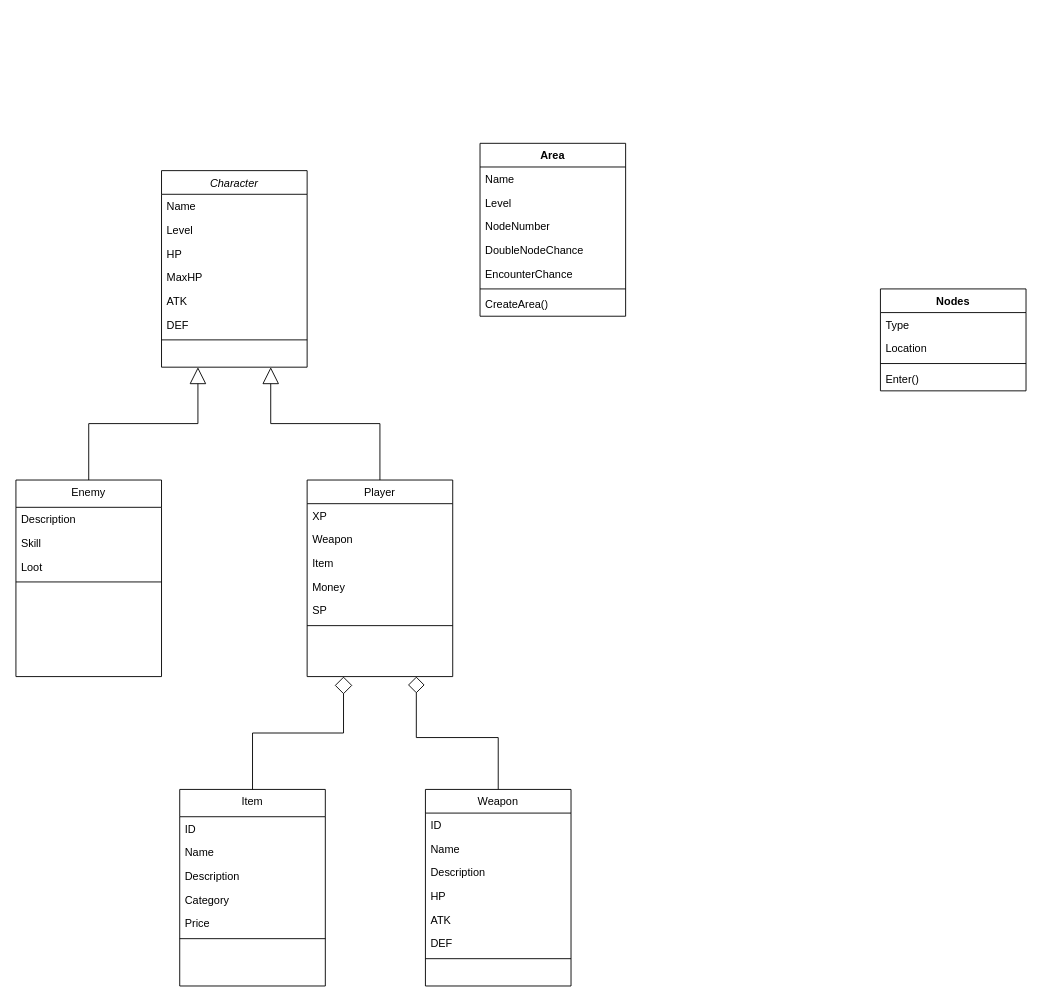
This is PBL2.drawio from hoanghuyhoc/PBL2, a draw.io file, before an edit. Source tidied: cells renumbered, new cells numbered last; positions are measured from the earlier drawing's top-left corner, leaving out a move shared by most shapes. Both pictures are drawn from the tidied source at 91%, with x=0, y=0 at pixel (15, 143).
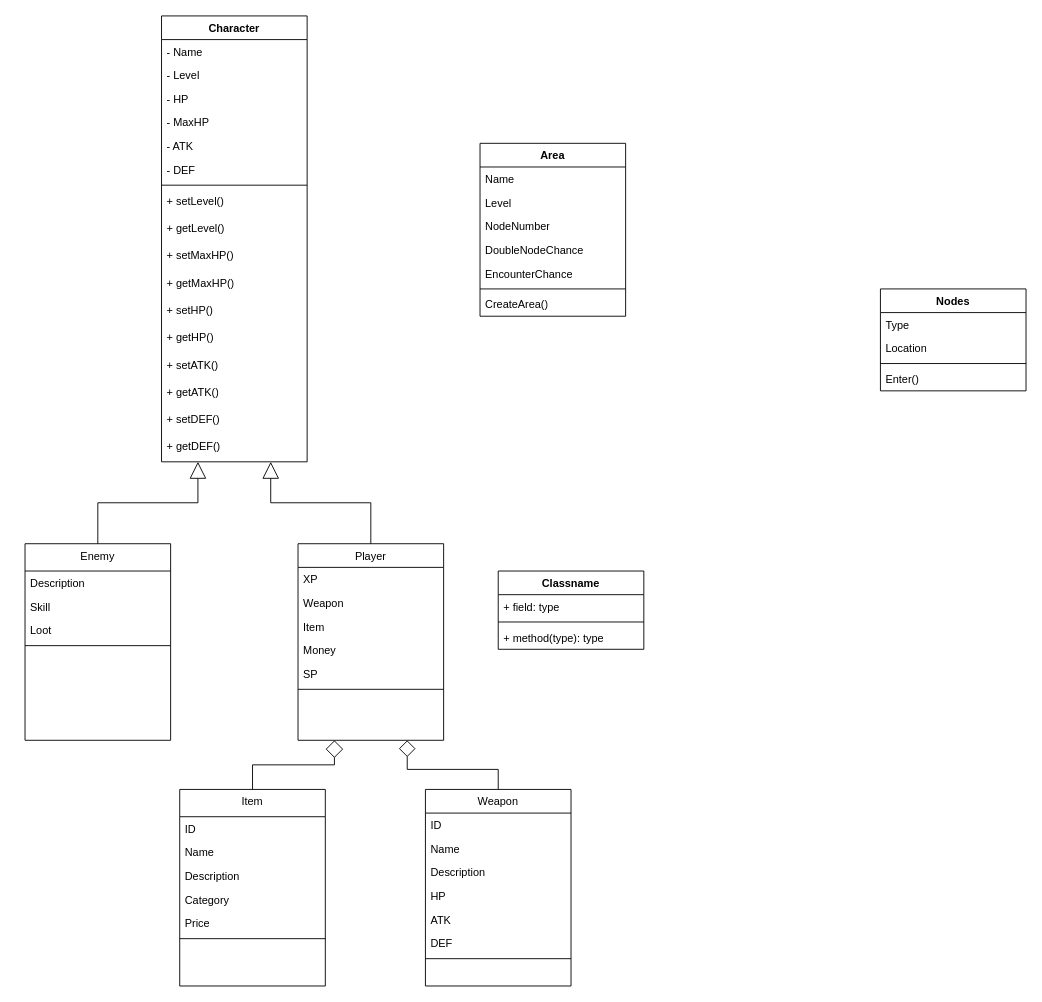
Above is the later version.

Diff of the diagram source:
```diff
@@
-    <mxCell id="2" value="Character" style="swimlane;fontStyle=2;align=center;verticalAlign=top;horizontal=1;startSize=26;rounded=0;shadow=0;strokeWidth=1;" parent="1" vertex="1">
-      <mxGeometry x="160" y="30" width="160" height="216" as="geometry" />
+    <mxCell id="2" value="Character" style="swimlane;fontStyle=1;align=center;verticalAlign=top;horizontal=1;startSize=26;rounded=0;shadow=0;strokeWidth=1;" parent="1" vertex="1">
+      <mxGeometry x="160" y="-140" width="160" height="490" as="geometry" />
     </mxCell>
-    <mxCell id="3" value="Name" style="text;align=left;verticalAlign=top;spacingLeft=4;spacingRight=4;overflow=hidden;" parent="2" vertex="1">
+    <mxCell id="3" value="- Name" style="text;align=left;verticalAlign=top;spacingLeft=4;spacingRight=4;overflow=hidden;" parent="2" vertex="1">
       <mxGeometry y="26" width="160" height="26" as="geometry" />
     </mxCell>
-    <mxCell id="4" value="Level" style="text;align=left;verticalAlign=top;spacingLeft=4;spacingRight=4;overflow=hidden;rounded=0;shadow=0;html=0;" parent="2" vertex="1">
+    <mxCell id="4" value="- Level" style="text;align=left;verticalAlign=top;spacingLeft=4;spacingRight=4;overflow=hidden;rounded=0;shadow=0;html=0;" parent="2" vertex="1">
       <mxGeometry y="52" width="160" height="26" as="geometry" />
     </mxCell>
-    <mxCell id="5" value="HP" style="text;align=left;verticalAlign=top;spacingLeft=4;spacingRight=4;overflow=hidden;rounded=0;shadow=0;html=0;" parent="2" vertex="1">
+    <mxCell id="5" value="- HP" style="text;align=left;verticalAlign=top;spacingLeft=4;spacingRight=4;overflow=hidden;rounded=0;shadow=0;html=0;" parent="2" vertex="1">
       <mxGeometry y="78" width="160" height="26" as="geometry" />
     </mxCell>
-    <mxCell id="6" value="MaxHP" style="text;strokeColor=none;fillColor=none;align=left;verticalAlign=middle;rounded=0;spacingLeft=4;spacingRight=4;" parent="2" vertex="1">
+    <mxCell id="6" value="- MaxHP" style="text;strokeColor=none;fillColor=none;align=left;verticalAlign=middle;rounded=0;spacingLeft=4;spacingRight=4;" parent="2" vertex="1">
       <mxGeometry y="104" width="160" height="26" as="geometry" />
     </mxCell>
-    <mxCell id="7" value="ATK" style="text;strokeColor=none;fillColor=none;align=left;verticalAlign=middle;rounded=0;spacingLeft=4;spacingRight=4;" parent="2" vertex="1">
+    <mxCell id="7" value="- ATK" style="text;strokeColor=none;fillColor=none;align=left;verticalAlign=middle;rounded=0;spacingLeft=4;spacingRight=4;" parent="2" vertex="1">
       <mxGeometry y="130" width="160" height="26" as="geometry" />
     </mxCell>
-    <mxCell id="8" value="DEF" style="text;strokeColor=none;fillColor=none;align=left;verticalAlign=middle;rounded=0;spacingLeft=4;spacingRight=4;" parent="2" vertex="1">
+    <mxCell id="8" value="- DEF" style="text;strokeColor=none;fillColor=none;align=left;verticalAlign=middle;rounded=0;spacingLeft=4;spacingRight=4;" parent="2" vertex="1">
       <mxGeometry y="156" width="160" height="26" as="geometry" />
     </mxCell>
@@
+    <mxCell id="54" value="+ setLevel()" style="text;strokeColor=none;fillColor=none;align=left;verticalAlign=top;spacingLeft=4;spacingRight=4;overflow=hidden;whiteSpace=wrap;html=1;" parent="2" vertex="1">
+      <mxGeometry y="190" width="160" height="30" as="geometry" />
+    </mxCell>
+    <mxCell id="55" value="+ getLevel()" style="text;strokeColor=none;fillColor=none;align=left;verticalAlign=top;spacingLeft=4;spacingRight=4;overflow=hidden;whiteSpace=wrap;html=1;" parent="2" vertex="1">
+      <mxGeometry y="220" width="160" height="30" as="geometry" />
+    </mxCell>
+    <mxCell id="56" value="+ setMaxHP()" style="text;strokeColor=none;fillColor=none;align=left;verticalAlign=top;spacingLeft=4;spacingRight=4;overflow=hidden;whiteSpace=wrap;html=1;" parent="2" vertex="1">
+      <mxGeometry y="250" width="160" height="30" as="geometry" />
+    </mxCell>
+    <mxCell id="57" value="+ getMaxHP()" style="text;strokeColor=none;fillColor=none;align=left;verticalAlign=top;spacingLeft=4;spacingRight=4;overflow=hidden;whiteSpace=wrap;html=1;" parent="2" vertex="1">
+      <mxGeometry y="280" width="160" height="30" as="geometry" />
+    </mxCell>
+    <mxCell id="58" value="+ setHP()" style="text;strokeColor=none;fillColor=none;align=left;verticalAlign=top;spacingLeft=4;spacingRight=4;overflow=hidden;whiteSpace=wrap;html=1;" parent="2" vertex="1">
+      <mxGeometry y="310" width="160" height="30" as="geometry" />
+    </mxCell>
+    <mxCell id="59" value="+ getHP()" style="text;strokeColor=none;fillColor=none;align=left;verticalAlign=top;spacingLeft=4;spacingRight=4;overflow=hidden;whiteSpace=wrap;html=1;" parent="2" vertex="1">
+      <mxGeometry y="340" width="160" height="30" as="geometry" />
+    </mxCell>
+    <mxCell id="60" value="+ setATK()" style="text;strokeColor=none;fillColor=none;align=left;verticalAlign=top;spacingLeft=4;spacingRight=4;overflow=hidden;whiteSpace=wrap;html=1;" parent="2" vertex="1">
+      <mxGeometry y="370" width="160" height="30" as="geometry" />
+    </mxCell>
+    <mxCell id="61" value="+ getATK()" style="text;strokeColor=none;fillColor=none;align=left;verticalAlign=top;spacingLeft=4;spacingRight=4;overflow=hidden;whiteSpace=wrap;html=1;" parent="2" vertex="1">
+      <mxGeometry y="400" width="160" height="30" as="geometry" />
+    </mxCell>
+    <mxCell id="62" value="+ setDEF()" style="text;strokeColor=none;fillColor=none;align=left;verticalAlign=top;spacingLeft=4;spacingRight=4;overflow=hidden;whiteSpace=wrap;html=1;" parent="2" vertex="1">
+      <mxGeometry y="430" width="160" height="30" as="geometry" />
+    </mxCell>
+    <mxCell id="63" value="+ getDEF()" style="text;strokeColor=none;fillColor=none;align=left;verticalAlign=top;spacingLeft=4;spacingRight=4;overflow=hidden;whiteSpace=wrap;html=1;" parent="2" vertex="1">
+      <mxGeometry y="460" width="160" height="30" as="geometry" />
+    </mxCell>
     <mxCell id="10" value="Player" style="swimlane;fontStyle=0;align=center;verticalAlign=top;horizontal=1;startSize=26;rounded=0;shadow=0;strokeWidth=1;" parent="1" vertex="1">
-      <mxGeometry x="320" y="370" width="160" height="216" as="geometry" />
+      <mxGeometry x="310" y="440" width="160" height="216" as="geometry" />
     </mxCell>
@@
     <mxCell id="18" value="Enemy" style="swimlane;fontStyle=0;align=center;verticalAlign=top;horizontal=1;startSize=30;rounded=0;shadow=0;strokeWidth=1;" parent="1" vertex="1">
-      <mxGeometry y="370" width="160" height="216" as="geometry" />
+      <mxGeometry x="10" y="440" width="160" height="216" as="geometry" />
     </mxCell>
@@
+    <mxCell id="64" value="Classname" style="swimlane;fontStyle=1;align=center;verticalAlign=top;horizontal=1;startSize=26;whiteSpace=wrap;html=1;" parent="1" vertex="1">
+      <mxGeometry x="530" y="470" width="160" height="86" as="geometry" />
+    </mxCell>
+    <mxCell id="65" value="+ field: type" style="text;strokeColor=none;fillColor=none;align=left;verticalAlign=top;spacingLeft=4;spacingRight=4;overflow=hidden;whiteSpace=wrap;html=1;" parent="64" vertex="1">
+      <mxGeometry y="26" width="160" height="26" as="geometry" />
+    </mxCell>
+    <mxCell id="66" style="line;strokeWidth=1;fillColor=none;align=left;verticalAlign=middle;spacingTop=-1;spacingLeft=3;spacingRight=3;labelPosition=right;strokeColor=inherit;" parent="64" vertex="1">
+      <mxGeometry y="52" width="160" height="8" as="geometry" />
+    </mxCell>
+    <mxCell id="67" value="+ method(type): type" style="text;strokeColor=none;fillColor=none;align=left;verticalAlign=top;spacingLeft=4;spacingRight=4;overflow=hidden;whiteSpace=wrap;html=1;" parent="64" vertex="1">
+      <mxGeometry y="60" width="160" height="26" as="geometry" />
+    </mxCell>
```
